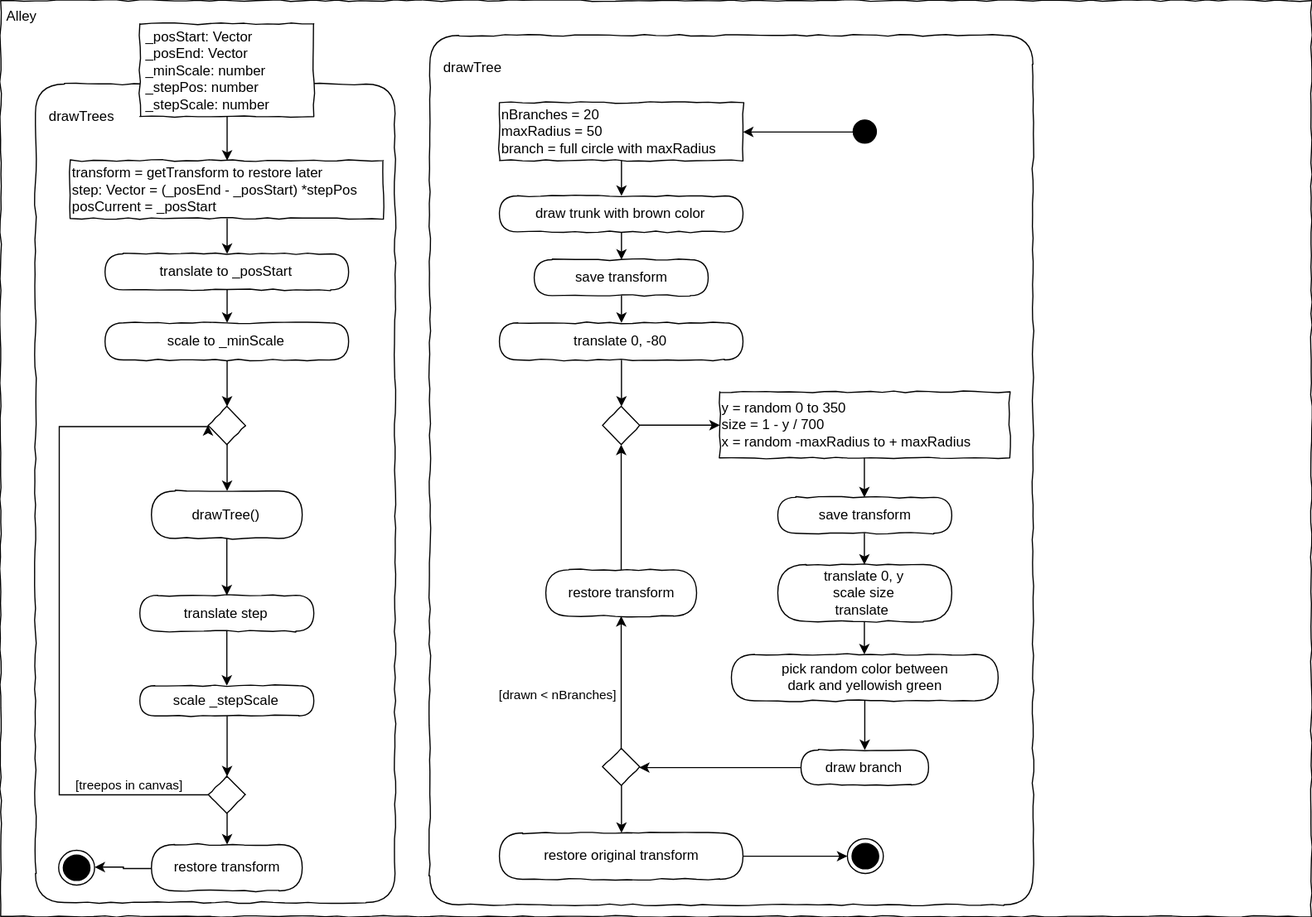
The draw.io diagram L08_Canvas/Material/draw.io/Trees_ActivityDiagram.svg in JirkaDellOro/EIA2-Inverted, before a commit. Source tidied: cells renumbered, new cells last; positions are measured from the earlier drawing's top-left corner, leaving out a move shared by most shapes.
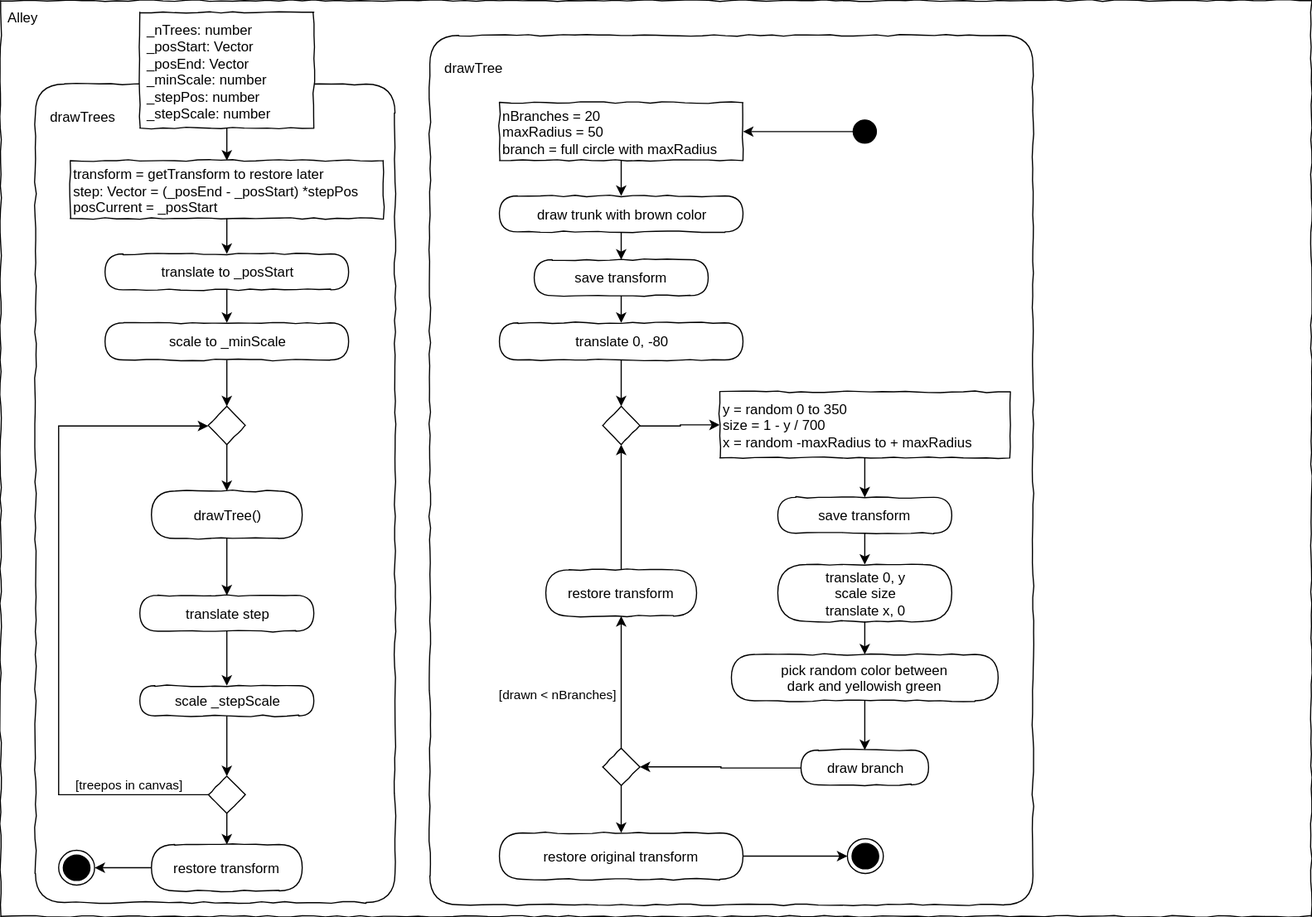
The same diagram one commit later.

Commit message:
L08 Scribble adjusted

Change to the diagram source:
```diff
@@ -11,8 +11,8 @@
     <mxCell id="4" style="edgeStyle=orthogonalEdgeStyle;rounded=0;jettySize=auto;html=1;" parent="1" edge="1" source="5" target="6">
       <mxGeometry relative="1" as="geometry" />
     </mxCell>
-    <mxCell id="5" value="&lt;div style=&quot;text-align: left&quot;&gt;&amp;nbsp;_posStart: Vector&lt;/div&gt;&lt;div style=&quot;text-align: left&quot;&gt;&amp;nbsp;_posEnd: Vector&lt;/div&gt;&lt;div style=&quot;text-align: left&quot;&gt;&amp;nbsp;_minScale: number&lt;/div&gt;&lt;div style=&quot;text-align: left&quot;&gt;&amp;nbsp;_stepPos: number&lt;/div&gt;&amp;nbsp;_stepScale: number" style="rounded=0;whiteSpace=wrap;html=1;comic=1;align=left;" parent="1" vertex="1">
-      <mxGeometry x="120" y="20" width="150" height="80" as="geometry" />
+    <mxCell id="5" value="&lt;div style=&quot;text-align: left&quot;&gt;&amp;nbsp;_nTrees: number&lt;/div&gt;&lt;div style=&quot;text-align: left&quot;&gt;&amp;nbsp;_posStart: Vector&lt;/div&gt;&lt;div style=&quot;text-align: left&quot;&gt;&amp;nbsp;_posEnd: Vector&lt;/div&gt;&lt;div style=&quot;text-align: left&quot;&gt;&amp;nbsp;_minScale: number&lt;/div&gt;&lt;div style=&quot;text-align: left&quot;&gt;&amp;nbsp;_stepPos: number&lt;/div&gt;&amp;nbsp;_stepScale: number" style="rounded=0;whiteSpace=wrap;html=1;comic=1;align=left;" parent="1" vertex="1">
+      <mxGeometry x="120" y="10" width="150" height="100" as="geometry" />
     </mxCell>
     <mxCell id="6" value="&lt;br&gt;transform = getTransform to restore later&lt;div&gt;step: Vector = (_posEnd - _posStart) *stepPos&lt;br&gt;posCurrent = _posStart&lt;/div&gt;&lt;div&gt;&lt;br&gt;&lt;/div&gt;" style="rounded=0;whiteSpace=wrap;html=1;comic=1;align=left;" parent="1" vertex="1">
       <mxGeometry x="60" y="138" width="270" height="50" as="geometry" />
@@ -135,7 +135,7 @@
     <mxCell id="43" style="rhombus;whiteSpace=wrap;html=1;rounded=0;shadow=0;glass=0;comic=1;strokeColor=#000000;align=left;" parent="1" vertex="1">
       <mxGeometry x="519" y="645" width="32" height="32" as="geometry" />
     </mxCell>
-    <mxCell id="44" value="translate 0, y&lt;br&gt;scale size&lt;br&gt;translate&amp;nbsp;" style="rounded=1;whiteSpace=wrap;html=1;absoluteArcSize=1;arcSize=50;strokeWidth=1;shadow=0;comic=1;align=center;" parent="1" vertex="1">
+    <mxCell id="44" value="translate 0, y&lt;br&gt;scale size&lt;br&gt;translate x, 0" style="rounded=1;whiteSpace=wrap;html=1;absoluteArcSize=1;arcSize=50;strokeWidth=1;shadow=0;comic=1;align=center;" parent="1" vertex="1">
       <mxGeometry x="670" y="486.5" width="150" height="49" as="geometry" />
     </mxCell>
     <mxCell id="45" style="edgeStyle=orthogonalEdgeStyle;rounded=0;jettySize=auto;html=1;" parent="1" edge="1" source="37" target="44">
```
